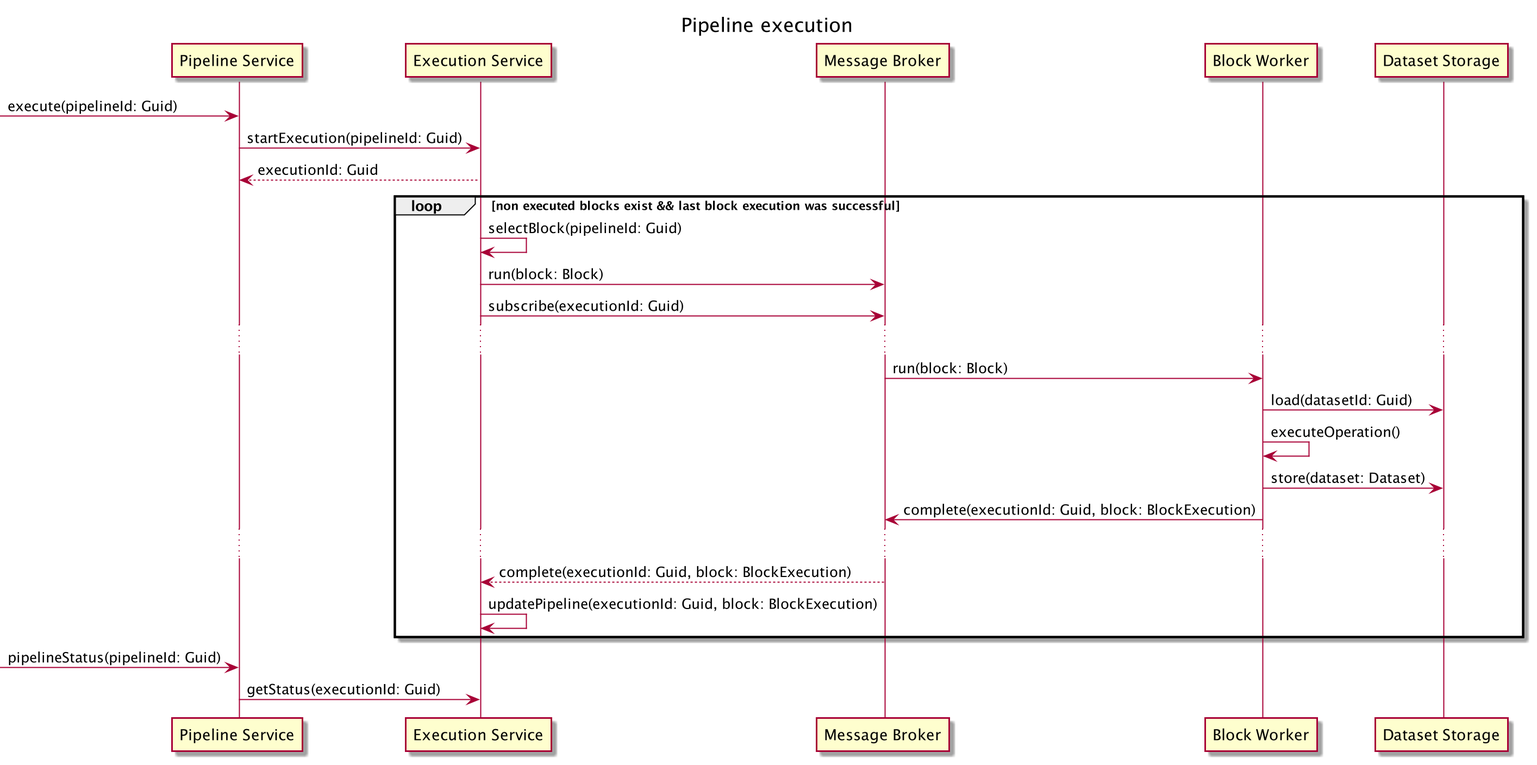
project-hanse/prototype-a keeps this PlantUML diagram as docs/sequence-diagrams/pipeline_execution.png. Above is the earlier version. The source it was exported from:
```plantuml
@startuml pipeline-execution

!$ps = "Pipeline Service"
!$es = "Execution Service"
!$mb = "Message Broker"
!$bw = "Block Worker"
!$ds = "Dataset Storage"

title Pipeline execution

-> "$ps" : execute(pipelineId: Guid)
"$ps" -> "$es": startExecution(pipelineId: Guid)
"$es" --> "$ps": executionId: Guid

loop non executed blocks exist && last block execution was successful
    "$es" -> "$es" : selectBlock(pipelineId: Guid)
    "$es" -> "$mb" : run(block: Block)
    "$es" -> "$mb" : subscribe(executionId: Guid)
    ...
    "$mb" -> "$bw" : run(block: Block)
    "$bw" -> "$ds" : load(datasetId: Guid)
    "$bw" -> "$bw" : executeOperation()
    "$bw" -> "$ds" : store(dataset: Dataset)
    "$bw" -> "$mb" : complete(executionId: Guid, block: BlockExecution)
    ...
    "$mb" --> "$es" : complete(executionId: Guid, block: BlockExecution)
    "$es" -> "$es" : updatePipeline(executionId: Guid, block: BlockExecution)
end
-> "$ps" : pipelineStatus(pipelineId: Guid)
"$ps" -> "$es" : getStatus(executionId: Guid)

@enduml
```
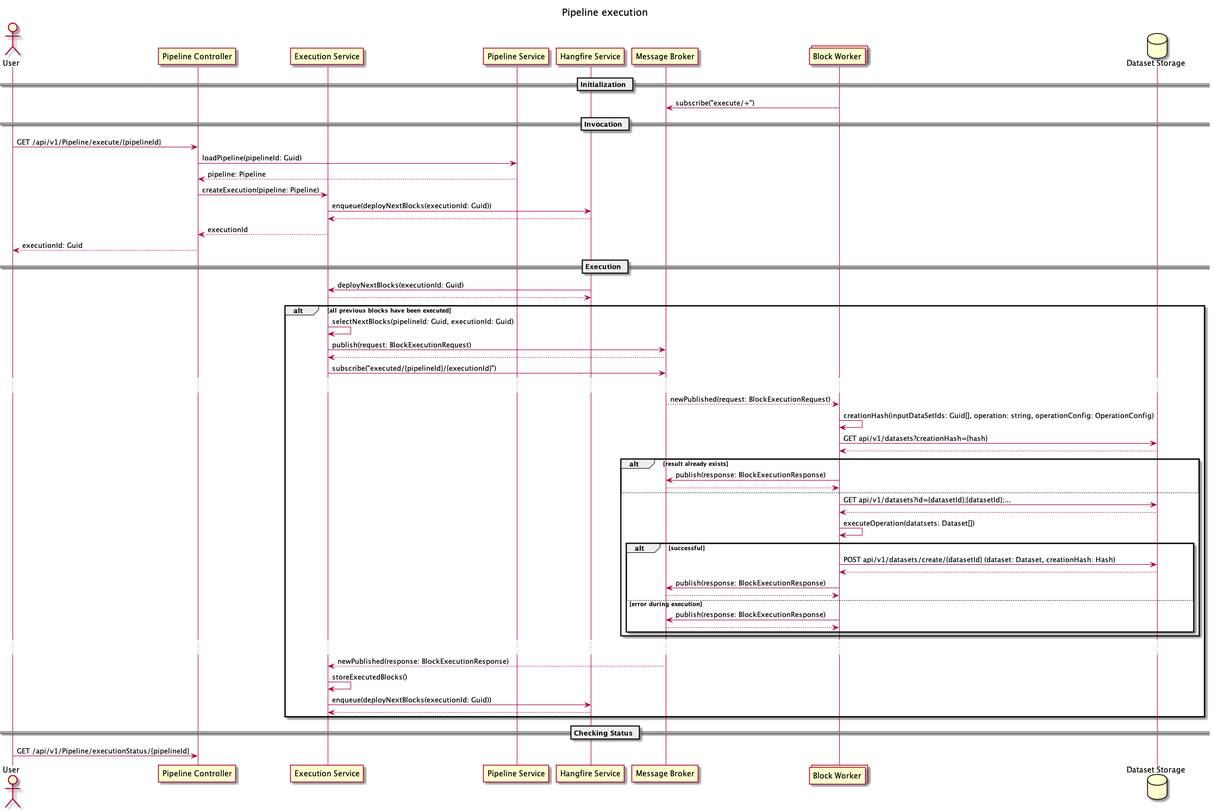
Later version of the same file.

Commit message:
[HT-13] Extended sequence diagram for first prototype

Change to the diagram source:
```diff
@@ -1,32 +1,83 @@
 @startuml pipeline-execution
 
+!$pc = "Pipeline Controller"
 !$ps = "Pipeline Service"
 !$es = "Execution Service"
+!$hs = "Hangfire Service"
 !$mb = "Message Broker"
 !$bw = "Block Worker"
 !$ds = "Dataset Storage"
+!$u = "User"
 
 title Pipeline execution
+actor "$u"
+participant "$pc"
+participant "$es"
+participant "$ps"
+participant "$hs"
+participant "$mb"
+collections "$bw"
+database "$ds"
 
--> "$ps" : execute(pipelineId: Guid)
-"$ps" -> "$es": startExecution(pipelineId: Guid)
-"$es" --> "$ps": executionId: Guid
+== Initialization ==
 
-loop non executed blocks exist && last block execution was successful
-    "$es" -> "$es" : selectBlock(pipelineId: Guid)
-    "$es" -> "$mb" : run(block: Block)
-    "$es" -> "$mb" : subscribe(executionId: Guid)
+"$bw" -> "$mb" : subscribe("execute/+")
+
+== Invocation ==
+
+"$u" -> "$pc" : GET /api/v1/Pipeline/execute/{pipelineId}
+
+"$pc" -> "$ps": loadPipeline(pipelineId: Guid)
+"$pc" <-- "$ps": pipeline: Pipeline
+"$pc" -> "$es": createExecution(pipeline: Pipeline)
+"$es" -> "$hs": enqueue(deployNextBlocks(executionId: Guid))
+"$es" <-- "$hs"
+"$pc" <-- "$es": executionId
+"$u" <-- "$pc" : executionId: Guid
+
+== Execution ==
+"$hs" -> "$es": deployNextBlocks(executionId: Guid)
+"$hs" <-- "$es"
+alt all previous blocks have been executed
+    "$es" -> "$es" : selectNextBlocks(pipelineId: Guid, executionId: Guid)
+    "$es" -> "$mb" : publish(request: BlockExecutionRequest)
+    "$es" <-- "$mb"
+    "$es" -> "$mb" : subscribe("executed/{pipelineId}/{executionId}")
     ...
-    "$mb" -> "$bw" : run(block: Block)
-    "$bw" -> "$ds" : load(datasetId: Guid)
-    "$bw" -> "$bw" : executeOperation()
-    "$bw" -> "$ds" : store(dataset: Dataset)
-    "$bw" -> "$mb" : complete(executionId: Guid, block: BlockExecution)
+
+    "$mb" --> "$bw" : newPublished(request: BlockExecutionRequest)
+    "$bw" -> "$bw" : creationHash(inputDataSetIds: Guid[], operation: string, operationConfig: OperationConfig)
+    "$bw" -> "$ds" : GET api/v1/datasets?creationHash={hash}
+    "$bw" <-- "$ds"
+
+    alt result already exists
+        "$bw" -> "$mb" : publish(response: BlockExecutionResponse)
+        "$bw" <-- "$mb"
+    else
+        "$bw" -> "$ds" : GET api/v1/datasets?id={datasetId};{datasetId};...
+        "$bw" <-- "$ds"
+
+        "$bw" -> "$bw" : executeOperation(datatsets: Dataset[])
+
+        alt successful
+            "$bw" -> "$ds" : POST api/v1/datasets/create/{datasetId} (dataset: Dataset, creationHash: Hash)
+            "$bw" <-- "$ds"
+            "$bw" -> "$mb" : publish(response: BlockExecutionResponse)
+            "$bw" <-- "$mb"
+        else error during execution
+            "$bw" -> "$mb" : publish(response: BlockExecutionResponse)
+            "$bw" <-- "$mb"
+        end
+    end
     ...
-    "$mb" --> "$es" : complete(executionId: Guid, block: BlockExecution)
-    "$es" -> "$es" : updatePipeline(executionId: Guid, block: BlockExecution)
+    "$mb" --> "$es" : newPublished(response: BlockExecutionResponse)
+    "$es" -> "$es": storeExecutedBlocks()
+    "$es" -> "$hs": enqueue(deployNextBlocks(executionId: Guid))
+    "$es" <-- "$hs"
 end
--> "$ps" : pipelineStatus(pipelineId: Guid)
-"$ps" -> "$es" : getStatus(executionId: Guid)
+
+== Checking Status ==
+
+"$u" -> "$pc" : GET /api/v1/Pipeline/executionStatus/{pipelineId}
 
 @enduml
```
